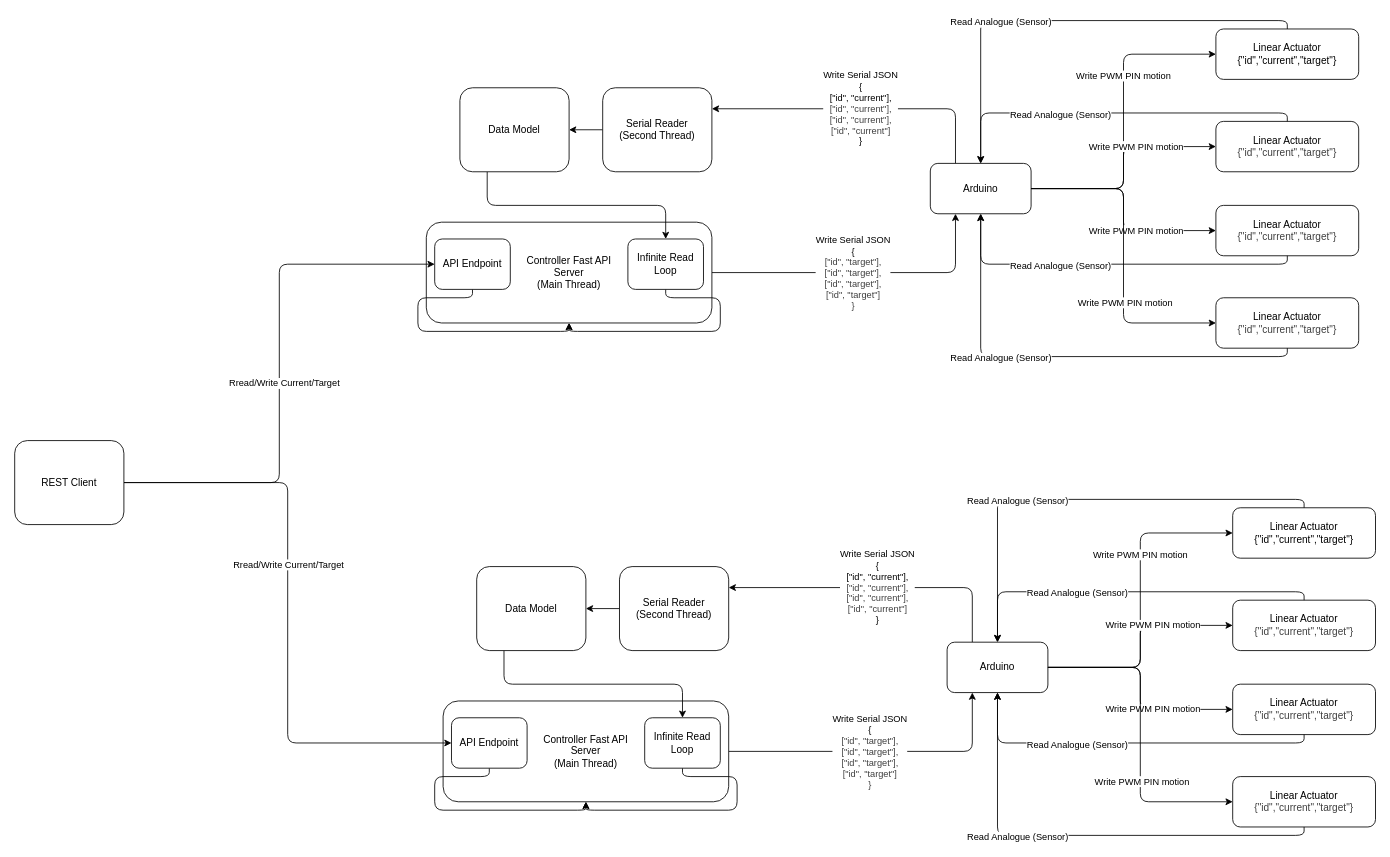
Earlier version of the draw.io diagram linear_actuator/documents/data_flow_diagram.drawio (Arastookhajehee/linear_actuator_dev). Source tidied: cells renumbered, new cells numbered last; positions are measured from the earlier drawing's top-left corner, leaving out a move shared by most shapes. Both pictures are drawn from the tidied source at 84%, with x=0, y=0 at pixel (14, 29).
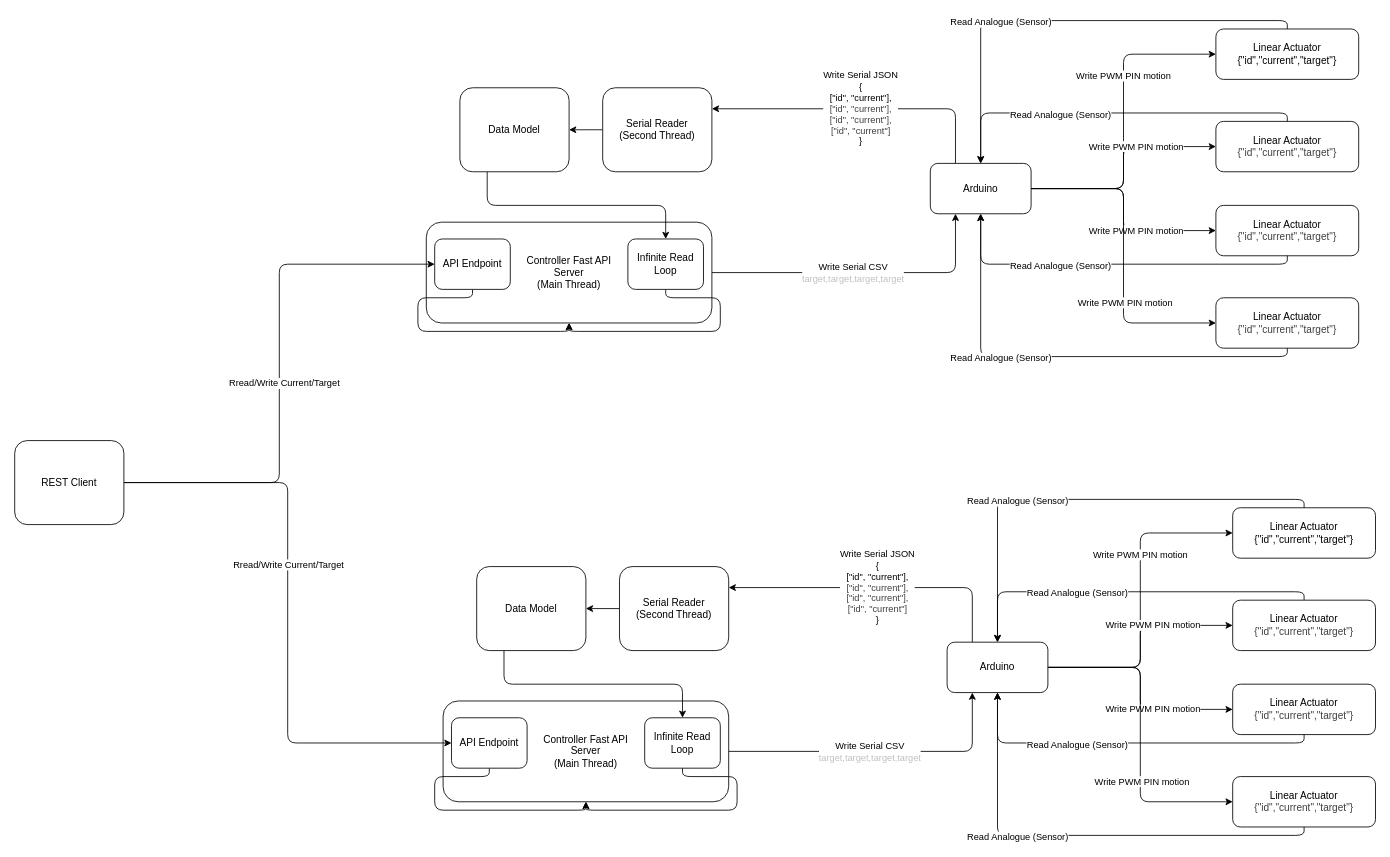
Above is the later version.

The change refers to these unchanged cells:
```xml
<mxCell id="25" style="edgeStyle=orthogonalEdgeStyle;html=1;entryX=0.25;entryY=1;entryDx=0;entryDy=0;exitX=1;exitY=0.5;exitDx=0;exitDy=0;" parent="1" edge="1" source="27" target="7">
  <mxGeometry relative="1" as="geometry" />
</mxCell>
<mxCell id="61" style="edgeStyle=orthogonalEdgeStyle;html=1;entryX=0.25;entryY=1;entryDx=0;entryDy=0;exitX=1;exitY=0.5;exitDx=0;exitDy=0;" parent="1" edge="1" source="63" target="43">
  <mxGeometry relative="1" as="geometry" />
</mxCell>
```

The edit, as a diff of the source:
```diff
@@
-    <mxCell id="26" value="&lt;span style=&quot;color: rgb(0, 0, 0);&quot;&gt;Write Serial JSON&lt;/span&gt;&lt;br style=&quot;color: rgb(63, 63, 63); scrollbar-color: rgb(226, 226, 226) rgb(251, 251, 251);&quot;&gt;&lt;span style=&quot;color: rgb(0, 0, 0);&quot;&gt;{&lt;/span&gt;&lt;div style=&quot;color: rgb(63, 63, 63); scrollbar-color: rgb(226, 226, 226) rgb(251, 251, 251);&quot;&gt;[&quot;id&quot;, &quot;target&quot;],&lt;/div&gt;&lt;div style=&quot;color: rgb(63, 63, 63); scrollbar-color: rgb(226, 226, 226) rgb(251, 251, 251);&quot;&gt;&lt;div style=&quot;scrollbar-color: rgb(226, 226, 226) rgb(251, 251, 251); color: rgb(63, 63, 63);&quot;&gt;[&quot;id&quot;, &quot;&lt;span style=&quot;color: rgb(63, 63, 63);&quot;&gt;target&lt;/span&gt;&quot;],&lt;/div&gt;&lt;/div&gt;&lt;div style=&quot;scrollbar-color: rgb(226, 226, 226) rgb(251, 251, 251); color: rgb(63, 63, 63);&quot;&gt;&lt;div style=&quot;scrollbar-color: rgb(226, 226, 226) rgb(251, 251, 251); color: rgb(63, 63, 63);&quot;&gt;[&quot;id&quot;, &quot;&lt;span style=&quot;color: rgb(63, 63, 63);&quot;&gt;target&lt;/span&gt;&quot;],&lt;/div&gt;&lt;div style=&quot;scrollbar-color: rgb(226, 226, 226) rgb(251, 251, 251); color: rgb(63, 63, 63);&quot;&gt;&lt;div style=&quot;scrollbar-color: rgb(226, 226, 226) rgb(251, 251, 251); color: rgb(63, 63, 63);&quot;&gt;[&quot;id&quot;, &quot;&lt;span style=&quot;color: rgb(63, 63, 63);&quot;&gt;target&lt;/span&gt;&quot;]&lt;/div&gt;&lt;/div&gt;&lt;/div&gt;&lt;div style=&quot;color: rgb(63, 63, 63); scrollbar-color: rgb(226, 226, 226) rgb(251, 251, 251);&quot;&gt;}&lt;/div&gt;" style="edgeLabel;html=1;align=center;verticalAlign=middle;" parent="25" vertex="1">
+    <mxCell id="26" value="&lt;span style=&quot;scrollbar-color: rgb(75, 75, 75) rgb(27, 29, 30); color: rgb(0, 0, 0);&quot;&gt;Write Serial CSV&lt;/span&gt;&lt;div style=&quot;color: rgb(192, 192, 192); scrollbar-color: rgb(75, 75, 75) rgb(27, 29, 30);&quot;&gt;&lt;span style=&quot;scrollbar-color: rgb(75, 75, 75) rgb(27, 29, 30); color: rgb(192, 192, 192);&quot;&gt;target,&lt;/span&gt;&lt;span style=&quot;scrollbar-color: rgb(75, 75, 75) rgb(27, 29, 30); color: rgb(192, 192, 192);&quot;&gt;target,&lt;/span&gt;&lt;span style=&quot;scrollbar-color: rgb(75, 75, 75) rgb(27, 29, 30); color: rgb(192, 192, 192);&quot;&gt;target,&lt;/span&gt;&lt;span style=&quot;scrollbar-color: rgb(75, 75, 75) rgb(27, 29, 30); color: rgb(192, 192, 192);&quot;&gt;target&lt;/span&gt;&lt;/div&gt;" style="edgeLabel;html=1;align=center;verticalAlign=middle;" parent="25" vertex="1">
       <mxGeometry x="-0.22" relative="1" as="geometry">
         <mxPoint x="27" as="offset" />
       </mxGeometry>
     </mxCell>
@@
-    <mxCell id="62" value="&lt;span style=&quot;color: rgb(0, 0, 0);&quot;&gt;Write Serial JSON&lt;/span&gt;&lt;br style=&quot;color: rgb(63, 63, 63); scrollbar-color: rgb(226, 226, 226) rgb(251, 251, 251);&quot;&gt;&lt;span style=&quot;color: rgb(0, 0, 0);&quot;&gt;{&lt;/span&gt;&lt;div style=&quot;color: rgb(63, 63, 63); scrollbar-color: rgb(226, 226, 226) rgb(251, 251, 251);&quot;&gt;[&quot;id&quot;, &quot;target&quot;],&lt;/div&gt;&lt;div style=&quot;color: rgb(63, 63, 63); scrollbar-color: rgb(226, 226, 226) rgb(251, 251, 251);&quot;&gt;&lt;div style=&quot;scrollbar-color: rgb(226, 226, 226) rgb(251, 251, 251); color: rgb(63, 63, 63);&quot;&gt;[&quot;id&quot;, &quot;&lt;span style=&quot;color: rgb(63, 63, 63);&quot;&gt;target&lt;/span&gt;&quot;],&lt;/div&gt;&lt;/div&gt;&lt;div style=&quot;scrollbar-color: rgb(226, 226, 226) rgb(251, 251, 251); color: rgb(63, 63, 63);&quot;&gt;&lt;div style=&quot;scrollbar-color: rgb(226, 226, 226) rgb(251, 251, 251); color: rgb(63, 63, 63);&quot;&gt;[&quot;id&quot;, &quot;&lt;span style=&quot;color: rgb(63, 63, 63);&quot;&gt;target&lt;/span&gt;&quot;],&lt;/div&gt;&lt;div style=&quot;scrollbar-color: rgb(226, 226, 226) rgb(251, 251, 251); color: rgb(63, 63, 63);&quot;&gt;&lt;div style=&quot;scrollbar-color: rgb(226, 226, 226) rgb(251, 251, 251); color: rgb(63, 63, 63);&quot;&gt;[&quot;id&quot;, &quot;&lt;span style=&quot;color: rgb(63, 63, 63);&quot;&gt;target&lt;/span&gt;&quot;]&lt;/div&gt;&lt;/div&gt;&lt;/div&gt;&lt;div style=&quot;color: rgb(63, 63, 63); scrollbar-color: rgb(226, 226, 226) rgb(251, 251, 251);&quot;&gt;}&lt;/div&gt;" style="edgeLabel;html=1;align=center;verticalAlign=middle;" parent="61" vertex="1">
+    <mxCell id="62" value="&lt;span style=&quot;color: rgb(0, 0, 0);&quot;&gt;Write Serial CSV&lt;/span&gt;&lt;div&gt;&lt;span style=&quot;color: rgb(192, 192, 192);&quot;&gt;target,&lt;/span&gt;&lt;span style=&quot;color: rgb(192, 192, 192); background-color: light-dark(#ffffff, var(--ge-dark-color, #121212));&quot;&gt;target,&lt;/span&gt;&lt;span style=&quot;color: rgb(192, 192, 192); background-color: light-dark(#ffffff, var(--ge-dark-color, #121212));&quot;&gt;target,&lt;/span&gt;&lt;span style=&quot;color: rgb(192, 192, 192); background-color: light-dark(#ffffff, var(--ge-dark-color, #121212));&quot;&gt;target&lt;/span&gt;&lt;/div&gt;" style="edgeLabel;html=1;align=center;verticalAlign=middle;" parent="61" vertex="1">
       <mxGeometry x="-0.22" relative="1" as="geometry">
         <mxPoint x="27" as="offset" />
       </mxGeometry>
     </mxCell>
```
